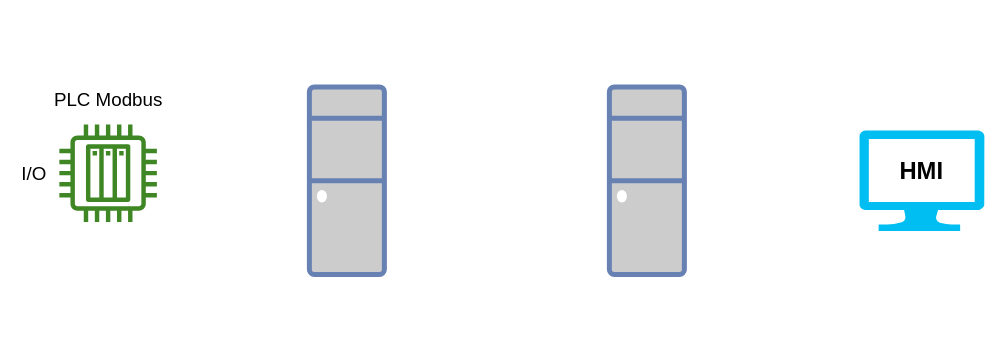
over-infinity/-Tutorials keeps this draw.io diagram as DataDiode/Diagrams/DataDiode.drawio. Above is the earlier version. Source tidied: cells renumbered, new cells numbered last; positions are measured from the earlier drawing's top-left corner, leaving out a move shared by most shapes. Both pictures are drawn from the tidied source at 125%, with x=0, y=0 at pixel (21, 74).
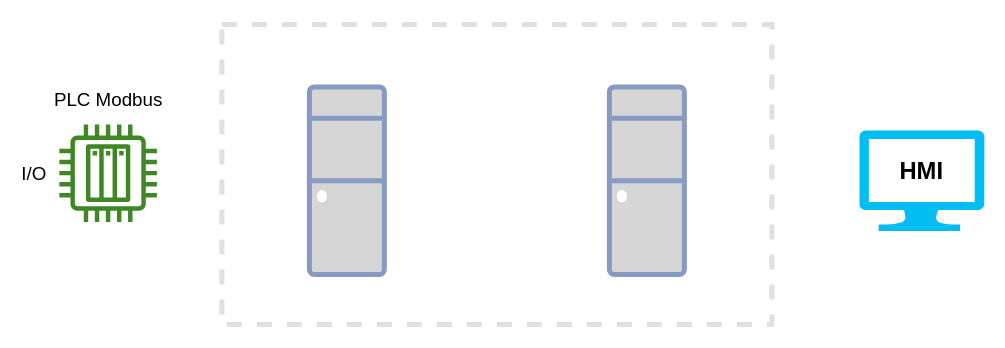
The same diagram, later.

Diff of the diagram source:
```diff
@@
 <mxGraphModel>
   <root>
     <mxCell id="0" />
     <mxCell id="1" parent="0" />
     <mxCell id="2" style="sketch=0;fontColor=#232F3E;gradientColor=none;fillColor=#3F8624;strokeColor=none;dashed=0;verticalLabelPosition=bottom;verticalAlign=top;align=center;html=1;fontSize=12;fontStyle=0;shape=mxgraph.aws4.iot_thing_plc;" parent="1" vertex="1">
       <mxGeometry x="30" y="40" width="78" height="78" as="geometry" />
     </mxCell>
     <mxCell id="3" value="&lt;div style=&quot;font-size: 15px;&quot;&gt;PLC Modbus&lt;/div&gt;" style="text;html=1;align=center;verticalAlign=middle;whiteSpace=wrap;rounded=0;strokeWidth=5;perimeterSpacing=3;fontSize=15;" parent="1" vertex="1">
       <mxGeometry x="13.5" width="111" height="40" as="geometry" />
     </mxCell>
     <mxCell id="4" value="I/O" style="text;html=1;align=center;verticalAlign=middle;whiteSpace=wrap;rounded=0;strokeWidth=5;perimeterSpacing=3;fontSize=15;" parent="1" vertex="1">
       <mxGeometry y="59.5" width="20" height="39" as="geometry" />
     </mxCell>
     <mxCell id="5" style="verticalLabelPosition=bottom;html=1;verticalAlign=top;align=center;strokeColor=none;fillColor=#00BEF2;shape=mxgraph.azure.computer;strokeWidth=5;fontSize=15;" parent="1" vertex="1">
       <mxGeometry x="670" y="44.8" width="100" height="80.5" as="geometry" />
     </mxCell>
     <mxCell id="6" style="fontColor=#0066CC;verticalAlign=top;verticalLabelPosition=bottom;labelPosition=center;align=center;html=1;fillColor=#CCCCCC;strokeColor=#6881B3;gradientColor=none;gradientDirection=north;strokeWidth=2;shape=mxgraph.networks.desktop_pc;fontSize=15;" parent="1" vertex="1">
       <mxGeometry x="230" y="10" width="60" height="150" as="geometry" />
     </mxCell>
     <mxCell id="7" style="fontColor=#0066CC;verticalAlign=top;verticalLabelPosition=bottom;labelPosition=center;align=center;html=1;fillColor=#CCCCCC;strokeColor=#6881B3;gradientColor=none;gradientDirection=north;strokeWidth=2;shape=mxgraph.networks.desktop_pc;fontSize=15;" parent="1" vertex="1">
       <mxGeometry x="470" y="10" width="60" height="150" as="geometry" />
     </mxCell>
     <mxCell id="8" value="&lt;div style=&quot;font-size: 19px;&quot;&gt;HMI&lt;/div&gt;" style="text;html=1;align=center;verticalAlign=middle;whiteSpace=wrap;rounded=0;strokeWidth=2;perimeterSpacing=6;fontSize=19;opacity=20;fontStyle=1;" parent="1" vertex="1">
       <mxGeometry x="700" y="57" width="40" height="41.5" as="geometry" />
     </mxCell>
+    <mxCell id="9" style="rounded=0;whiteSpace=wrap;html=1;strokeWidth=4;fontSize=19;opacity=20;dashed=1;strokeColor=#666666;" parent="1" vertex="1">
+      <mxGeometry x="160" y="-40" width="440" height="240" as="geometry" />
+    </mxCell>
   </root>
 </mxGraphModel>
```
